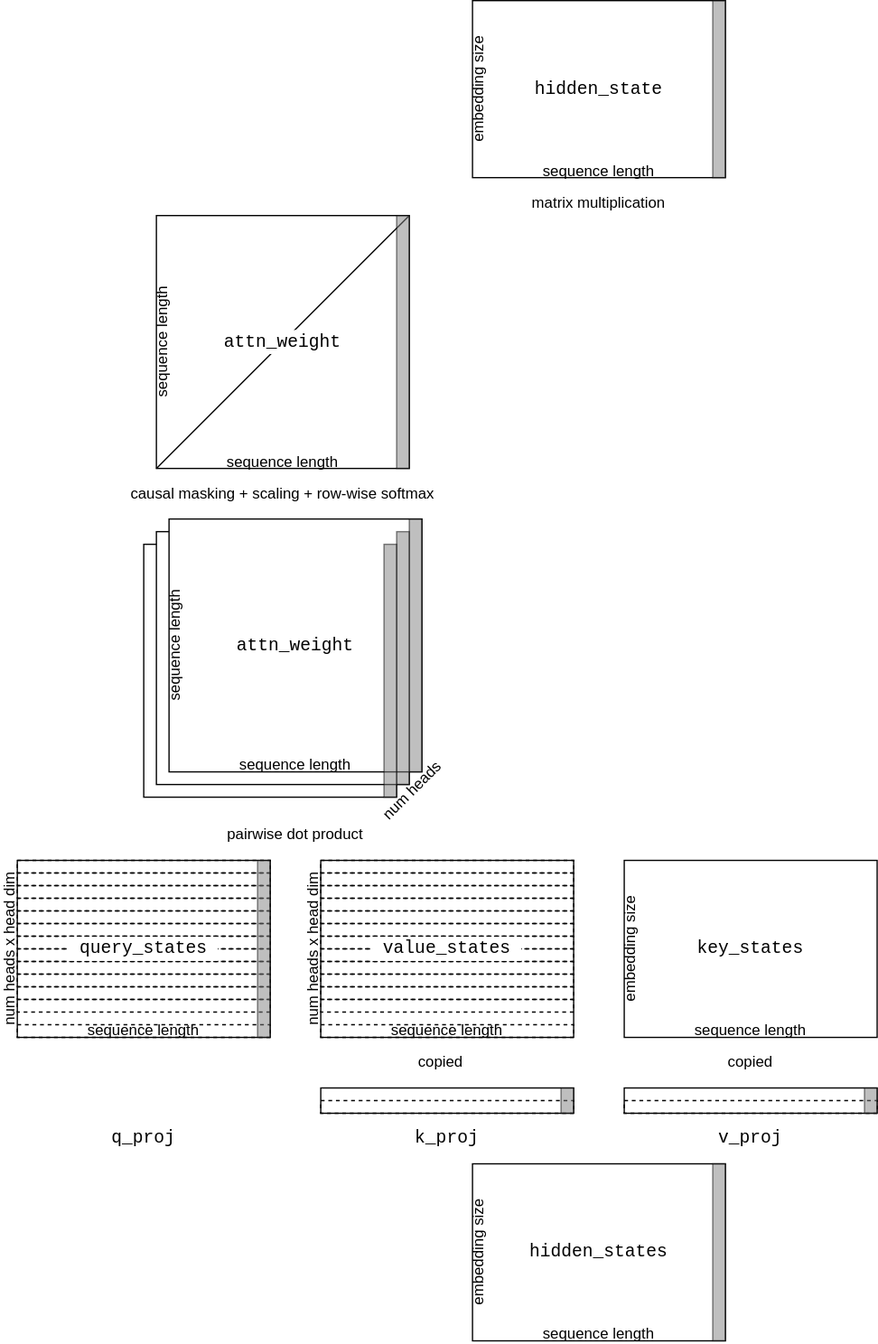
This is architecture.drawio.svg from tonghuikang/llm_architecture, a draw.io export, as it was before one commit. Source tidied: cells renumbered, new cells last; positions are measured from the earlier drawing's top-left corner, leaving out a move shared by most shapes.
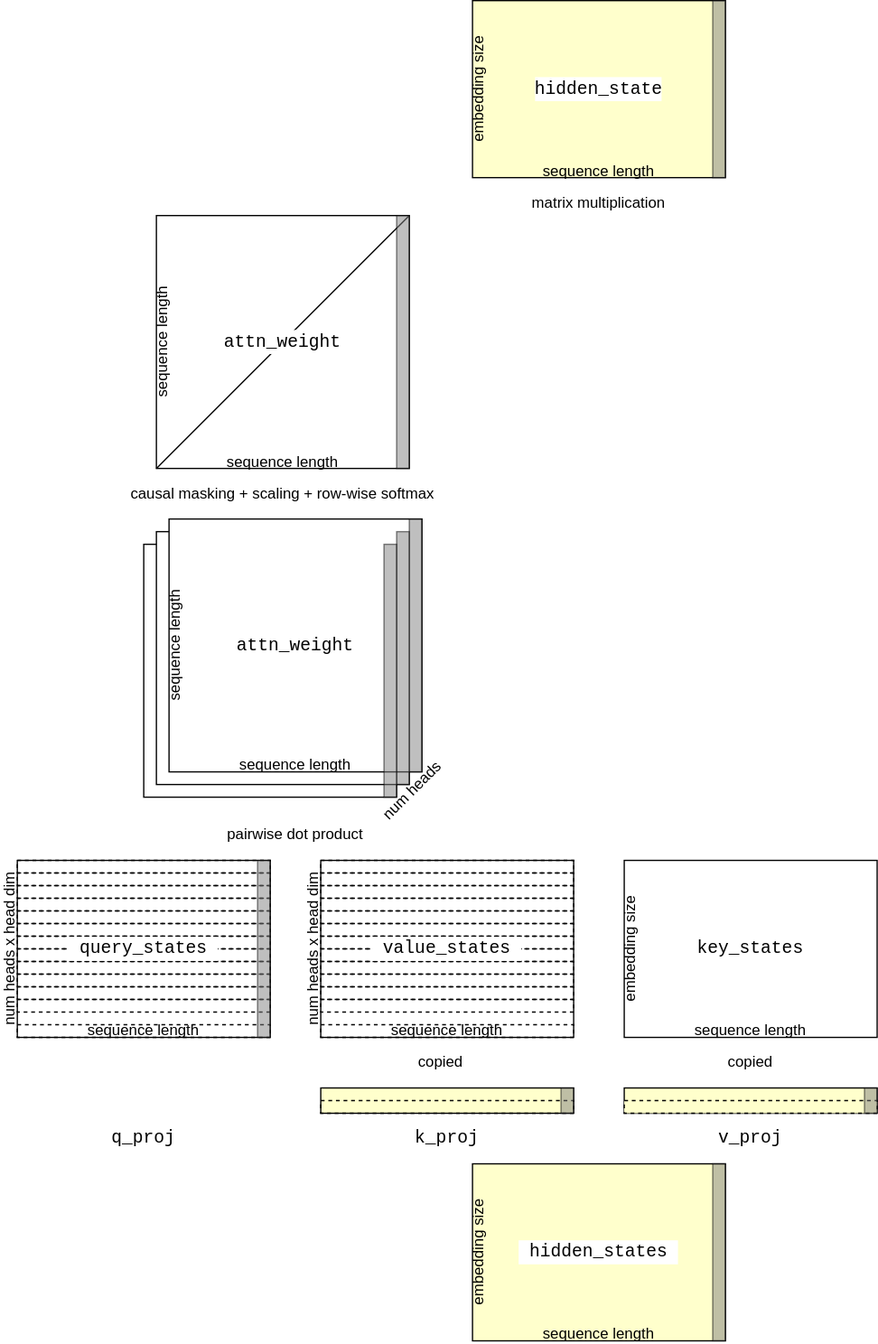
After the commit.

Change to the diagram source:
```diff
@@ -2,22 +2,22 @@
   <root>
     <mxCell id="0" />
     <mxCell id="1" parent="0" />
-    <mxCell id="2" value="fir" style="rounded=0;whiteSpace=wrap;html=1;fillColor=none;" parent="1" vertex="1">
+    <mxCell id="2" value="fir" style="rounded=0;whiteSpace=wrap;html=1;fillColor=#FFFFCC;" parent="1" vertex="1">
       <mxGeometry x="436" y="920" width="200" height="140" as="geometry" />
     </mxCell>
     <mxCell id="3" style="rounded=0;whiteSpace=wrap;html=1;fillColor=none;" parent="1" vertex="1">
       <mxGeometry x="76" y="680" width="200" height="140" as="geometry" />
     </mxCell>
-    <mxCell id="4" style="rounded=0;whiteSpace=wrap;html=1;fillColor=none;" parent="1" vertex="1">
+    <mxCell id="4" style="rounded=0;whiteSpace=wrap;html=1;fillColor=default;" parent="1" vertex="1">
       <mxGeometry x="556" y="680" width="200" height="140" as="geometry" />
     </mxCell>
-    <mxCell id="5" style="rounded=0;whiteSpace=wrap;html=1;fillColor=none;" parent="1" vertex="1">
+    <mxCell id="5" style="rounded=0;whiteSpace=wrap;html=1;fillColor=#FFFFCC;" parent="1" vertex="1">
       <mxGeometry x="316" y="860" width="200" height="20" as="geometry" />
     </mxCell>
-    <mxCell id="6" style="rounded=0;whiteSpace=wrap;html=1;fillColor=none;" parent="1" vertex="1">
+    <mxCell id="6" style="rounded=0;whiteSpace=wrap;html=1;fillColor=#FFFFCC;" parent="1" vertex="1">
       <mxGeometry x="556" y="860" width="200" height="20" as="geometry" />
     </mxCell>
-    <mxCell id="7" style="rounded=0;whiteSpace=wrap;html=1;fillColor=none;" parent="1" vertex="1">
+    <mxCell id="7" style="rounded=0;whiteSpace=wrap;html=1;fillColor=#FFFFCC;" parent="1" vertex="1">
       <mxGeometry x="436" width="200" height="140" as="geometry" />
     </mxCell>
     <mxCell id="8" value="pairwise dot product" style="text;html=1;align=center;verticalAlign=middle;whiteSpace=wrap;rounded=0;fillColor=none;" parent="1" vertex="1">
@@ -143,7 +143,7 @@
     <mxCell id="48" style="rounded=0;whiteSpace=wrap;html=1;dashed=1;fillColor=none;" parent="1" vertex="1">
       <mxGeometry x="316" y="870" width="200" height="10" as="geometry" />
     </mxCell>
-    <mxCell id="49" style="rounded=0;whiteSpace=wrap;html=1;dashed=1;fillColor=none;" parent="1" vertex="1">
+    <mxCell id="49" style="rounded=0;whiteSpace=wrap;html=1;dashed=1;fillColor=#FFFFCC;" parent="1" vertex="1">
       <mxGeometry x="556" y="870" width="200" height="10" as="geometry" />
     </mxCell>
     <mxCell id="50" value="num heads x head dim" style="rounded=0;whiteSpace=wrap;html=1;rotation=-90;strokeColor=none;fillColor=none;" parent="1" vertex="1">
```
